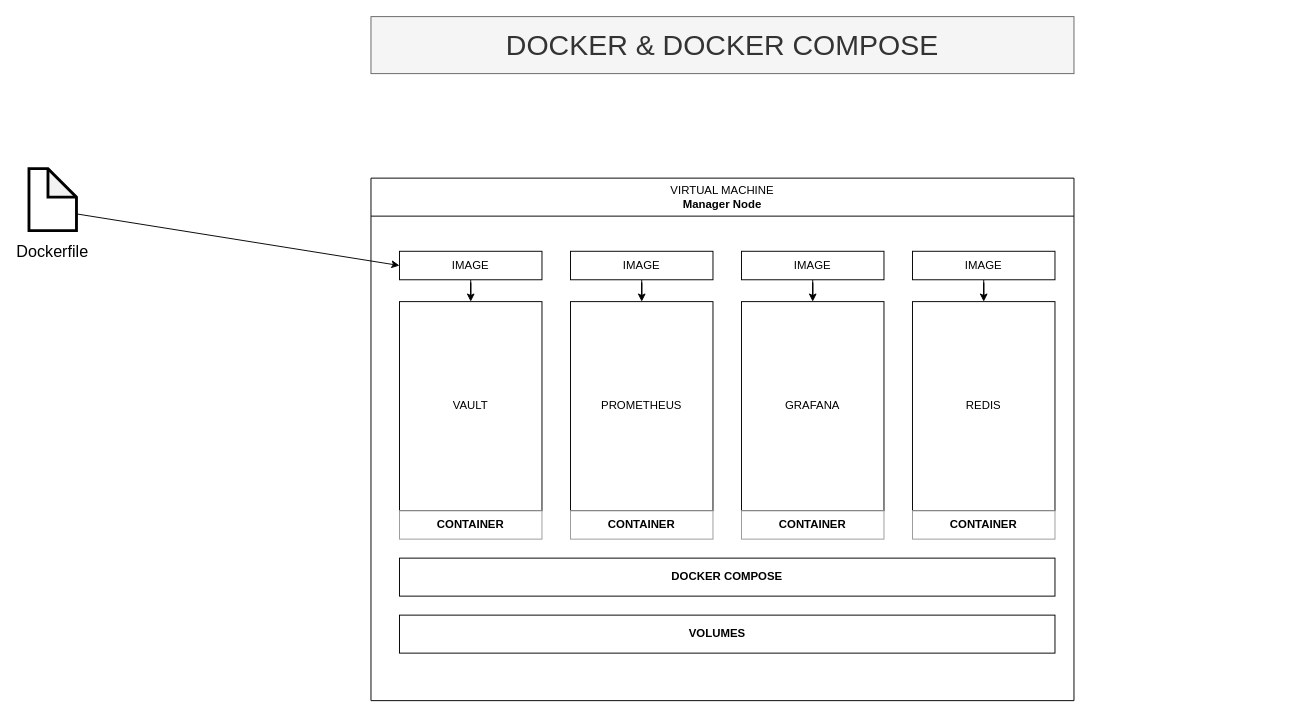
Earlier version of the draw.io diagram page "docker & compose" (5 of 6) of devops/DevOps.drawio (kingsley-ijomah/draw.io). Source tidied: cells renumbered, new cells numbered last; positions are measured from the earlier drawing's top-left corner, leaving out a move shared by most shapes. Both pictures are drawn from the tidied source at 95%, with x=0, y=0 at pixel (28, 16).
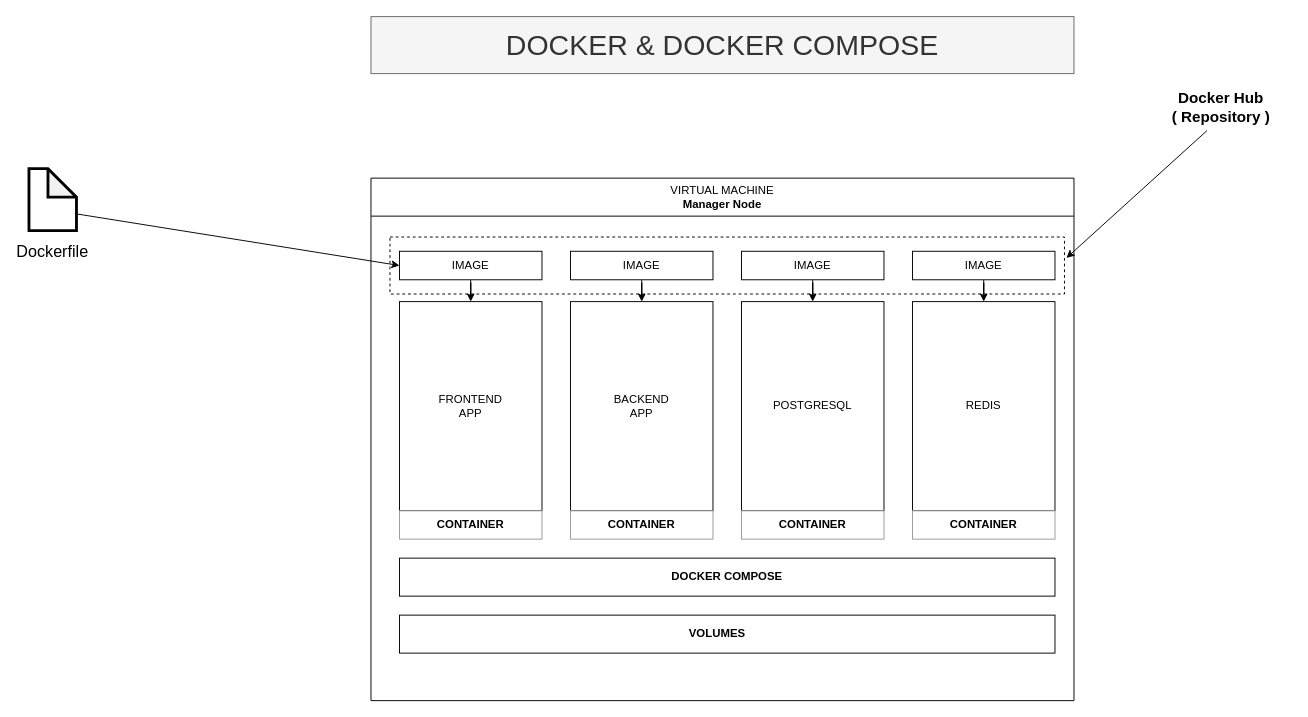
The same diagram, later.

Unchanged cells that the change refers to:
```xml
<mxCell id="2" value="&lt;span style=&quot;font-weight: normal;&quot;&gt;VIRTUAL MACHINE&lt;/span&gt;&lt;br&gt;Manager Node" style="swimlane;whiteSpace=wrap;html=1;startSize=40;" parent="1" vertex="1">
  <mxGeometry x="360" y="170" width="740" height="550" as="geometry" />
</mxCell>
<mxCell id="3" style="group;" parent="2" vertex="1">
  <mxGeometry x="30" y="130" width="150" height="250" as="geometry" />
</mxCell>
<mxCell id="6" style="group;" parent="2" vertex="1">
  <mxGeometry x="210" y="130" width="150" height="250" as="geometry" />
</mxCell>
<mxCell id="9" style="group;" parent="2" vertex="1">
  <mxGeometry x="390" y="130" width="150" height="250" as="geometry" />
</mxCell>
```

The edit, as a diff of the source:
```diff
@@
-    <mxCell id="4" value="VAULT" style="rounded=0;whiteSpace=wrap;html=1;" parent="3" vertex="1">
+    <mxCell id="4" value="FRONTEND&lt;br&gt;APP" style="rounded=0;whiteSpace=wrap;html=1;" parent="3" vertex="1">
       <mxGeometry width="150" height="220" as="geometry" />
     </mxCell>
@@
-    <mxCell id="7" value="PROMETHEUS" style="rounded=0;whiteSpace=wrap;html=1;" parent="6" vertex="1">
+    <mxCell id="7" value="BACKEND&lt;br&gt;APP" style="rounded=0;whiteSpace=wrap;html=1;" parent="6" vertex="1">
       <mxGeometry width="150" height="220" as="geometry" />
     </mxCell>
@@
-    <mxCell id="10" value="GRAFANA" style="rounded=0;whiteSpace=wrap;html=1;" parent="9" vertex="1">
+    <mxCell id="10" value="POSTGRESQL" style="rounded=0;whiteSpace=wrap;html=1;" parent="9" vertex="1">
       <mxGeometry width="150" height="220" as="geometry" />
     </mxCell>
@@
+    <mxCell id="30" style="rounded=0;whiteSpace=wrap;html=1;fillStyle=dots;fillColor=none;dashed=1;" parent="2" vertex="1">
+      <mxGeometry x="20" y="62" width="710" height="60" as="geometry" />
+    </mxCell>
@@
+    <mxCell id="31" style="endArrow=classic;html=1;rounded=0;entryX=1.003;entryY=0.367;entryDx=0;entryDy=0;entryPerimeter=0;" parent="1" edge="1" target="30">
+      <mxGeometry relative="1" as="geometry">
+        <mxPoint x="1240" y="120" as="sourcePoint" />
+      </mxGeometry>
+    </mxCell>
+    <mxCell id="32" value="&lt;font style=&quot;font-size: 16px;&quot;&gt;Docker Hub&lt;br&gt;( Repository )&lt;/font&gt;" style="text;html=1;strokeColor=none;fillColor=none;align=center;verticalAlign=middle;whiteSpace=wrap;rounded=0;fontStyle=1;" parent="1" vertex="1">
+      <mxGeometry x="1180" y="80" width="150" height="30" as="geometry" />
+    </mxCell>
```
